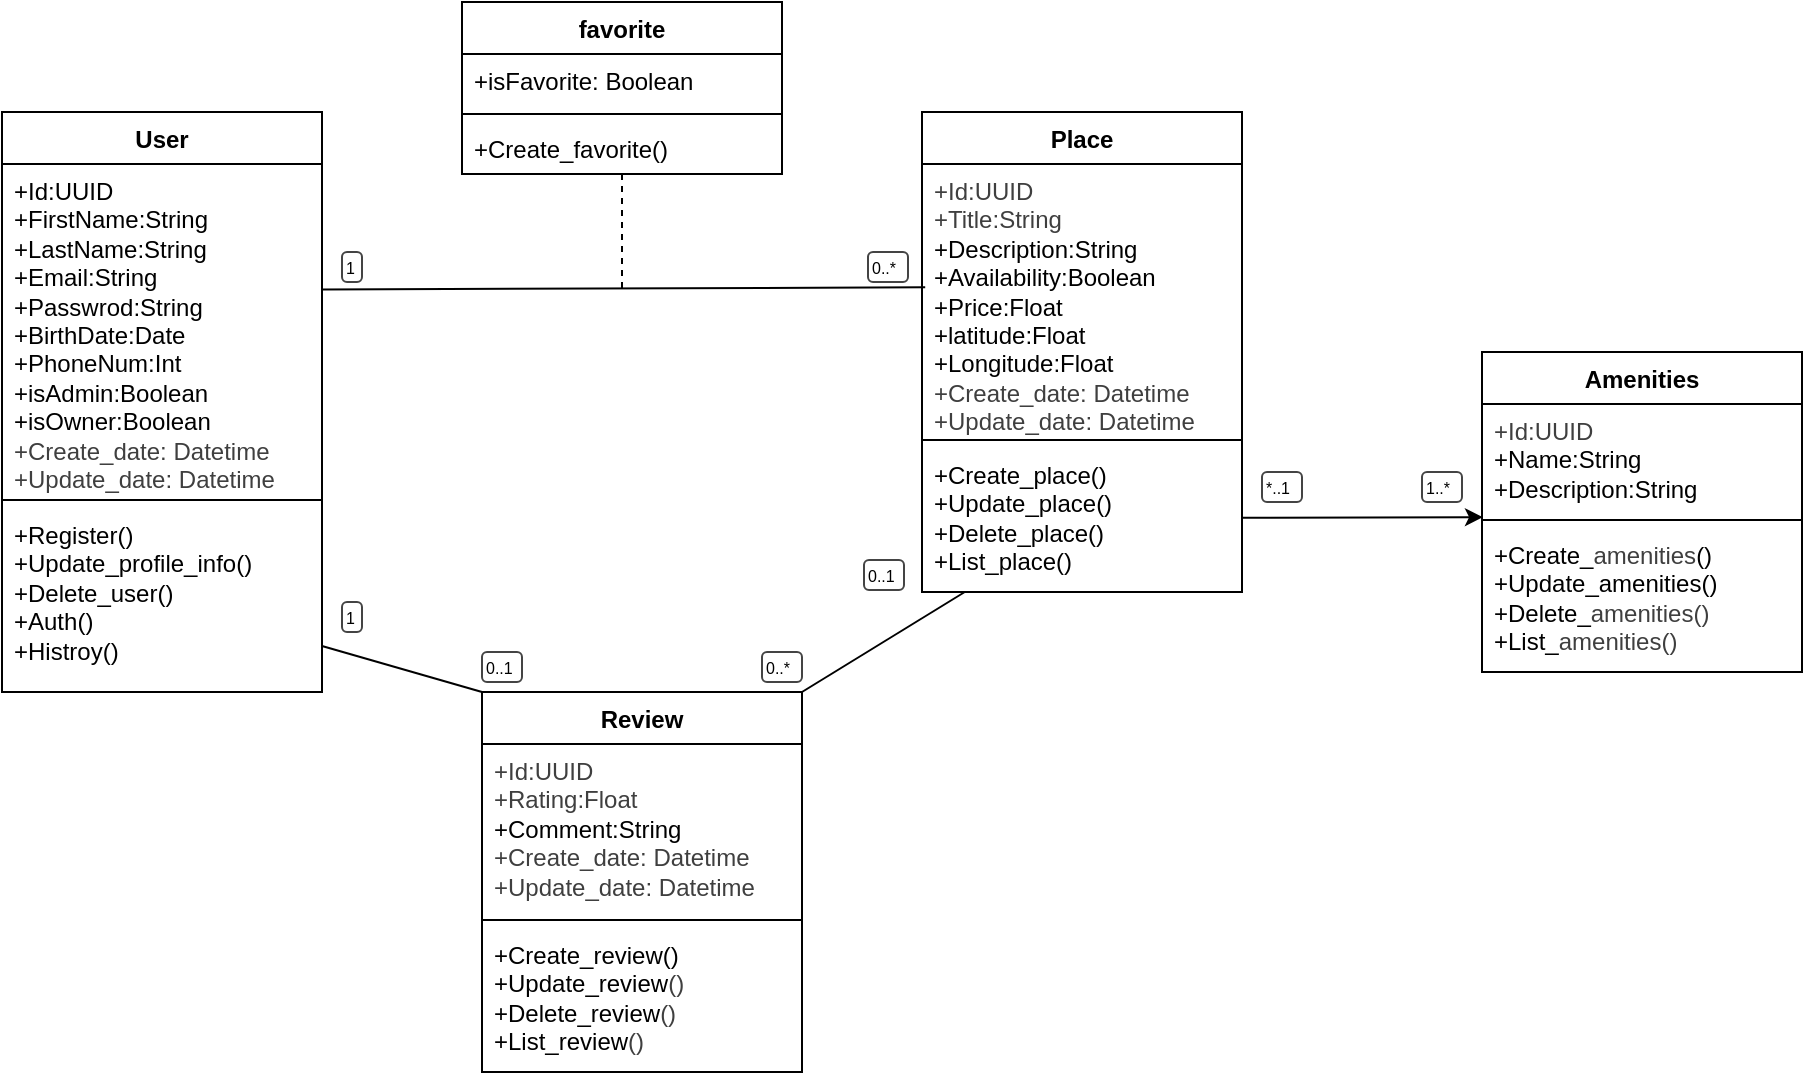
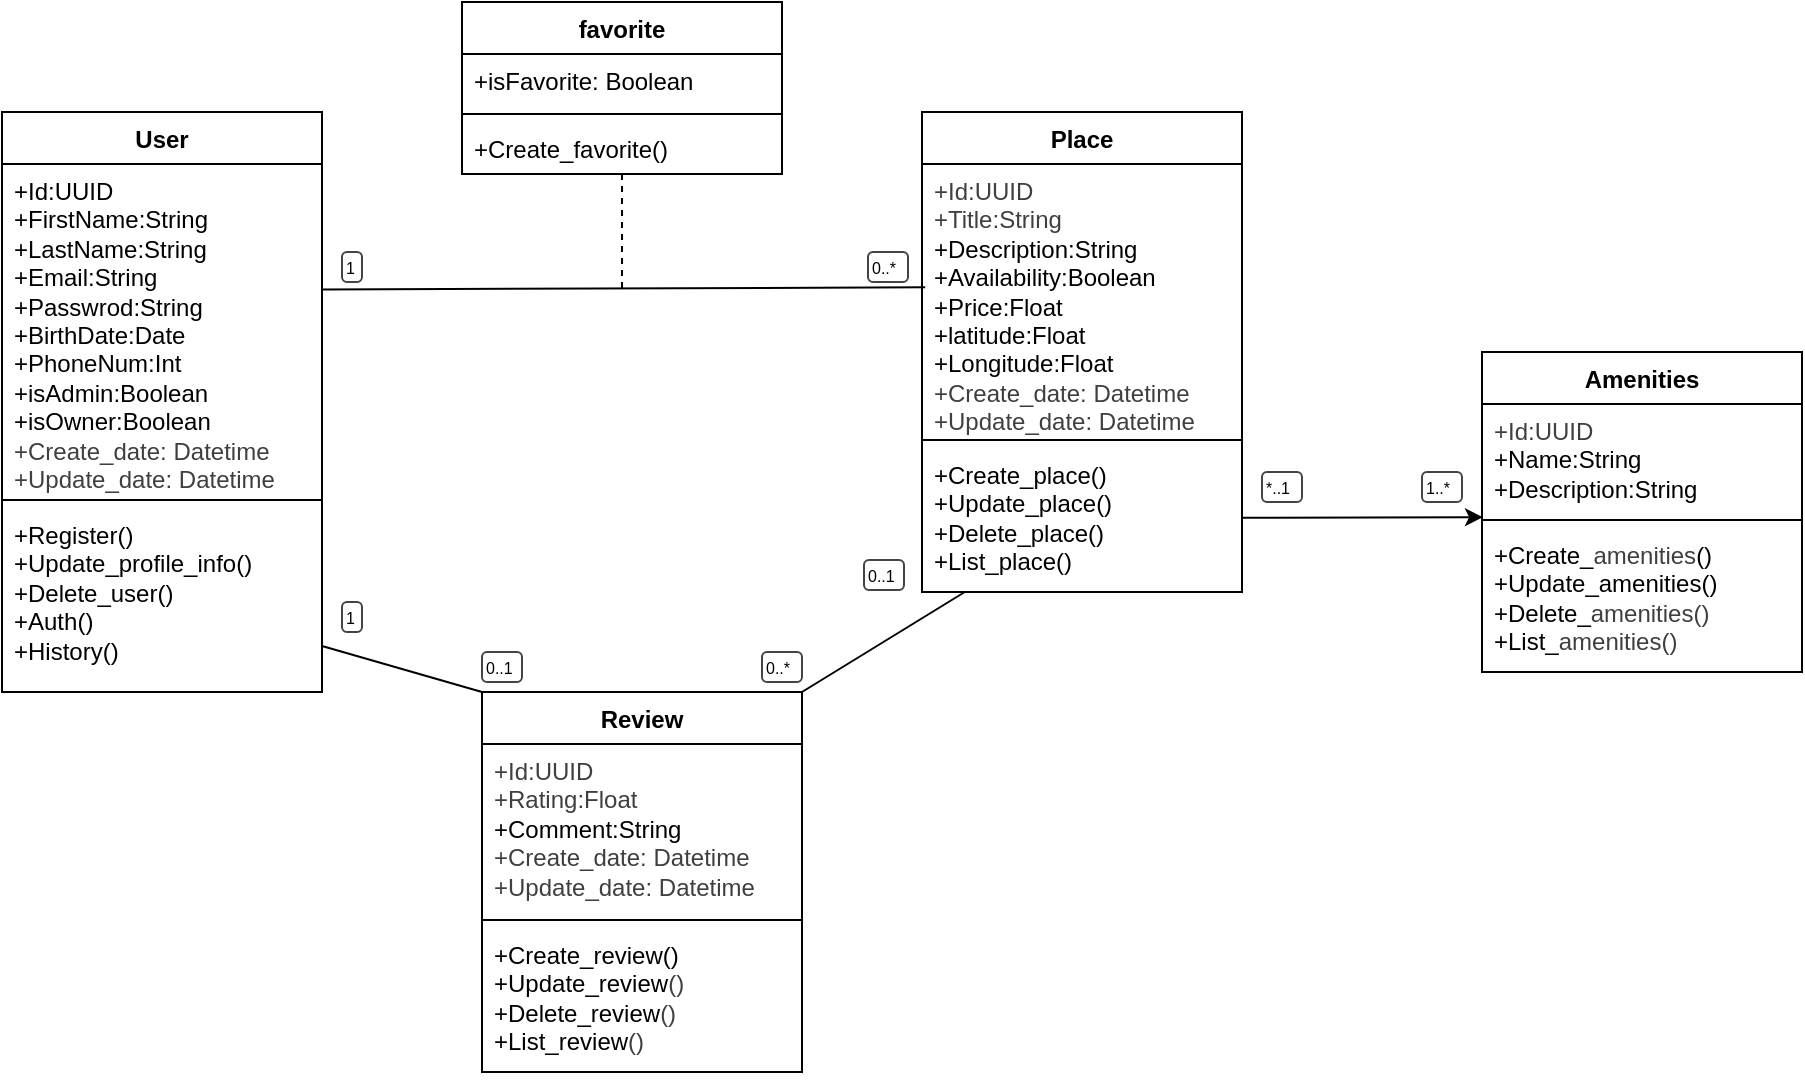
<mxfile host="65bd71144e">
    <diagram id="kGqgn09AhobOn8fxU5_M" name="Page-1">
-         <mxGraphModel dx="536" dy="375" grid="1" gridSize="10" guides="1" tooltips="1" connect="1" arrows="1" fold="1" page="1" pageScale="1" pageWidth="850" pageHeight="1100" background="#FFFFFF" math="0" shadow="0">
+         <mxGraphModel dx="1063" dy="751" grid="1" gridSize="10" guides="1" tooltips="1" connect="1" arrows="1" fold="1" page="1" pageScale="1" pageWidth="850" pageHeight="1100" background="#FFFFFF" math="0" shadow="0">
            <root>
                <mxCell id="0"/>
                <mxCell id="1" parent="0"/>
                <mxCell id="2" value="User" style="swimlane;fontStyle=1;align=center;verticalAlign=top;childLayout=stackLayout;horizontal=1;startSize=26;horizontalStack=0;resizeParent=1;resizeParentMax=0;resizeLast=0;collapsible=1;marginBottom=0;whiteSpace=wrap;html=1;" parent="1" vertex="1">
                    <mxGeometry x="425" y="338" width="160" height="290" as="geometry"/>
                </mxCell>
                <mxCell id="3" value="&lt;div&gt;+Id:UUID&lt;/div&gt;&lt;div&gt;&lt;span style=&quot;background-color: transparent;&quot;&gt;+FirstName:String&lt;/span&gt;&lt;/div&gt;&lt;div&gt;&lt;span style=&quot;color: rgb(0, 0, 0);&quot;&gt;+LastName:String&lt;/span&gt;&lt;/div&gt;&lt;div&gt;&lt;span style=&quot;color: rgb(0, 0, 0);&quot;&gt;+Email:String&lt;/span&gt;&lt;span style=&quot;color: rgb(0, 0, 0);&quot;&gt;&lt;/span&gt;&lt;/div&gt;&lt;div&gt;&lt;span style=&quot;color: rgb(0, 0, 0);&quot;&gt;+Passwrod:String&lt;/span&gt;&lt;/div&gt;&lt;div&gt;&lt;span style=&quot;color: rgb(0, 0, 0);&quot;&gt;+BirthDate:Date&lt;/span&gt;&lt;/div&gt;&lt;div&gt;&lt;span style=&quot;color: rgb(0, 0, 0);&quot;&gt;+PhoneNum:Int&lt;/span&gt;&lt;/div&gt;&lt;div&gt;&lt;font color=&quot;#000000&quot;&gt;+isAdmin:Boolean&lt;/font&gt;&lt;/div&gt;&lt;div&gt;&lt;font color=&quot;#000000&quot;&gt;+isOwner:Boolean&lt;/font&gt;&lt;/div&gt;&lt;div&gt;&lt;font color=&quot;#000000&quot;&gt;&lt;div style=&quot;scrollbar-color: rgb(226, 226, 226) rgb(251, 251, 251); color: rgb(63, 63, 63);&quot;&gt;&lt;font style=&quot;color: rgb(63, 63, 63); scrollbar-color: rgb(226, 226, 226) rgb(251, 251, 251);&quot;&gt;+Create_date: Datetime&lt;/font&gt;&lt;/div&gt;&lt;div style=&quot;scrollbar-color: rgb(226, 226, 226) rgb(251, 251, 251); color: rgb(63, 63, 63);&quot;&gt;&lt;font style=&quot;color: rgb(63, 63, 63); scrollbar-color: rgb(226, 226, 226) rgb(251, 251, 251);&quot;&gt;+Update_date: Datetime&lt;/font&gt;&lt;/div&gt;&lt;/font&gt;&lt;/div&gt;" style="text;strokeColor=none;fillColor=none;align=left;verticalAlign=top;spacingLeft=4;spacingRight=4;overflow=hidden;rotatable=0;points=[[0,0.5],[1,0.5]];portConstraint=eastwest;whiteSpace=wrap;html=1;" parent="2" vertex="1">
                    <mxGeometry y="26" width="160" height="164" as="geometry"/>
                </mxCell>
                <mxCell id="4" value="" style="line;strokeWidth=1;fillColor=none;align=left;verticalAlign=middle;spacingTop=-1;spacingLeft=3;spacingRight=3;rotatable=0;labelPosition=right;points=[];portConstraint=eastwest;strokeColor=inherit;" parent="2" vertex="1">
                    <mxGeometry y="190" width="160" height="8" as="geometry"/>
                </mxCell>
-                 <mxCell id="5" value="+Register()&lt;div&gt;&lt;div&gt;&lt;div&gt;+Update_profile_info()&lt;/div&gt;&lt;div&gt;+Delete_user()&lt;/div&gt;&lt;div&gt;+Auth()&lt;/div&gt;&lt;div&gt;+Histroy()&lt;/div&gt;&lt;/div&gt;&lt;/div&gt;" style="text;strokeColor=none;fillColor=none;align=left;verticalAlign=top;spacingLeft=4;spacingRight=4;overflow=hidden;rotatable=0;points=[[0,0.5],[1,0.5]];portConstraint=eastwest;whiteSpace=wrap;html=1;" parent="2" vertex="1">
+                 <mxCell id="5" value="+Register()&lt;div&gt;&lt;div&gt;&lt;div&gt;+Update_profile_info()&lt;/div&gt;&lt;div&gt;+Delete_user()&lt;/div&gt;&lt;div&gt;+Auth()&lt;/div&gt;&lt;div&gt;+History()&lt;/div&gt;&lt;/div&gt;&lt;/div&gt;" style="text;strokeColor=none;fillColor=none;align=left;verticalAlign=top;spacingLeft=4;spacingRight=4;overflow=hidden;rotatable=0;points=[[0,0.5],[1,0.5]];portConstraint=eastwest;whiteSpace=wrap;html=1;" parent="2" vertex="1">
                    <mxGeometry y="198" width="160" height="92" as="geometry"/>
                </mxCell>
                <mxCell id="6" value="Place" style="swimlane;fontStyle=1;align=center;verticalAlign=top;childLayout=stackLayout;horizontal=1;startSize=26;horizontalStack=0;resizeParent=1;resizeParentMax=0;resizeLast=0;collapsible=1;marginBottom=0;whiteSpace=wrap;html=1;" parent="1" vertex="1">
                    <mxGeometry x="885" y="338" width="160" height="240" as="geometry"/>
                </mxCell>
                <mxCell id="7" value="&lt;div&gt;&lt;div style=&quot;color: rgb(63, 63, 63); scrollbar-color: rgb(226, 226, 226) rgb(251, 251, 251);&quot;&gt;&lt;div style=&quot;color: rgb(63, 63, 63); scrollbar-color: rgb(226, 226, 226) rgb(251, 251, 251);&quot;&gt;+Id:UUID&lt;/div&gt;&lt;/div&gt;&lt;div style=&quot;color: rgb(63, 63, 63); scrollbar-color: rgb(226, 226, 226) rgb(251, 251, 251);&quot;&gt;&lt;span style=&quot;background-color: transparent;&quot;&gt;+Title:String&lt;/span&gt;&lt;/div&gt;&lt;/div&gt;&lt;div&gt;+Description:String&lt;/div&gt;&lt;div&gt;+Availability:Boolean&lt;/div&gt;&lt;div&gt;+Price:Float&lt;/div&gt;&lt;div&gt;+latitude:Float&lt;/div&gt;&lt;div&gt;+Longitude:Float&lt;/div&gt;&lt;div&gt;&lt;div style=&quot;scrollbar-color: rgb(226, 226, 226) rgb(251, 251, 251); color: rgb(63, 63, 63);&quot;&gt;&lt;font style=&quot;color: rgb(63, 63, 63); scrollbar-color: rgb(226, 226, 226) rgb(251, 251, 251);&quot;&gt;+Create_date: Datetime&lt;/font&gt;&lt;/div&gt;&lt;div style=&quot;scrollbar-color: rgb(226, 226, 226) rgb(251, 251, 251); color: rgb(63, 63, 63);&quot;&gt;&lt;font style=&quot;color: rgb(63, 63, 63); scrollbar-color: rgb(226, 226, 226) rgb(251, 251, 251);&quot;&gt;+Update_date: Datetime&lt;/font&gt;&lt;/div&gt;&lt;/div&gt;" style="text;strokeColor=none;fillColor=none;align=left;verticalAlign=top;spacingLeft=4;spacingRight=4;overflow=hidden;rotatable=0;points=[[0,0.5],[1,0.5]];portConstraint=eastwest;whiteSpace=wrap;html=1;" parent="6" vertex="1">
                    <mxGeometry y="26" width="160" height="134" as="geometry"/>
                </mxCell>
                <mxCell id="8" value="" style="line;strokeWidth=1;fillColor=none;align=left;verticalAlign=middle;spacingTop=-1;spacingLeft=3;spacingRight=3;rotatable=0;labelPosition=right;points=[];portConstraint=eastwest;strokeColor=inherit;" parent="6" vertex="1">
                    <mxGeometry y="160" width="160" height="8" as="geometry"/>
                </mxCell>
                <mxCell id="9" value="+Create_place()&lt;div&gt;+Update_place()&lt;/div&gt;&lt;div&gt;+Delete_place()&lt;/div&gt;&lt;div&gt;+List_place()&lt;/div&gt;" style="text;strokeColor=none;fillColor=none;align=left;verticalAlign=top;spacingLeft=4;spacingRight=4;overflow=hidden;rotatable=0;points=[[0,0.5],[1,0.5]];portConstraint=eastwest;whiteSpace=wrap;html=1;" parent="6" vertex="1">
                    <mxGeometry y="168" width="160" height="72" as="geometry"/>
                </mxCell>
                <mxCell id="10" value="Review" style="swimlane;fontStyle=1;align=center;verticalAlign=top;childLayout=stackLayout;horizontal=1;startSize=26;horizontalStack=0;resizeParent=1;resizeParentMax=0;resizeLast=0;collapsible=1;marginBottom=0;whiteSpace=wrap;html=1;" parent="1" vertex="1">
                    <mxGeometry x="665" y="628" width="160" height="190" as="geometry"/>
                </mxCell>
                <mxCell id="11" value="&lt;div style=&quot;color: rgb(63, 63, 63); scrollbar-color: rgb(226, 226, 226) rgb(251, 251, 251);&quot;&gt;+Id:UUID&lt;/div&gt;&lt;div style=&quot;color: rgb(63, 63, 63); scrollbar-color: rgb(226, 226, 226) rgb(251, 251, 251);&quot;&gt;&lt;span style=&quot;background-color: transparent;&quot;&gt;+Rating:Float&lt;/span&gt;&lt;/div&gt;&lt;div&gt;+Comment:String&lt;/div&gt;&lt;div&gt;&lt;div style=&quot;scrollbar-color: rgb(226, 226, 226) rgb(251, 251, 251); color: rgb(63, 63, 63);&quot;&gt;&lt;font style=&quot;color: rgb(63, 63, 63); scrollbar-color: rgb(226, 226, 226) rgb(251, 251, 251);&quot;&gt;+Create_date: Datetime&lt;/font&gt;&lt;/div&gt;&lt;div style=&quot;scrollbar-color: rgb(226, 226, 226) rgb(251, 251, 251); color: rgb(63, 63, 63);&quot;&gt;&lt;font style=&quot;color: rgb(63, 63, 63); scrollbar-color: rgb(226, 226, 226) rgb(251, 251, 251);&quot;&gt;+Update_date: Datetime&lt;/font&gt;&lt;/div&gt;&lt;/div&gt;" style="text;strokeColor=none;fillColor=none;align=left;verticalAlign=top;spacingLeft=4;spacingRight=4;overflow=hidden;rotatable=0;points=[[0,0.5],[1,0.5]];portConstraint=eastwest;whiteSpace=wrap;html=1;" parent="10" vertex="1">
                    <mxGeometry y="26" width="160" height="84" as="geometry"/>
                </mxCell>
                <mxCell id="12" value="" style="line;strokeWidth=1;fillColor=none;align=left;verticalAlign=middle;spacingTop=-1;spacingLeft=3;spacingRight=3;rotatable=0;labelPosition=right;points=[];portConstraint=eastwest;strokeColor=inherit;" parent="10" vertex="1">
                    <mxGeometry y="110" width="160" height="8" as="geometry"/>
                </mxCell>
                <mxCell id="13" value="+Create_review()&lt;div&gt;+Update_&lt;span style=&quot;color: rgb(0, 0, 0); background-color: transparent;&quot;&gt;review&lt;/span&gt;&lt;span style=&quot;color: rgb(63, 63, 63); background-color: transparent;&quot;&gt;()&lt;/span&gt;&lt;/div&gt;&lt;div&gt;+Delete_&lt;span style=&quot;color: rgb(0, 0, 0); background-color: transparent;&quot;&gt;review&lt;/span&gt;&lt;span style=&quot;color: rgb(63, 63, 63); background-color: transparent;&quot;&gt;()&lt;/span&gt;&lt;/div&gt;&lt;div&gt;+List_&lt;span style=&quot;color: rgb(0, 0, 0); background-color: transparent;&quot;&gt;review&lt;/span&gt;&lt;span style=&quot;color: rgb(63, 63, 63); background-color: transparent;&quot;&gt;()&lt;/span&gt;&lt;/div&gt;" style="text;strokeColor=none;fillColor=none;align=left;verticalAlign=top;spacingLeft=4;spacingRight=4;overflow=hidden;rotatable=0;points=[[0,0.5],[1,0.5]];portConstraint=eastwest;whiteSpace=wrap;html=1;" parent="10" vertex="1">
                    <mxGeometry y="118" width="160" height="72" as="geometry"/>
                </mxCell>
                <mxCell id="15" value="Amenities&lt;div&gt;&lt;br&gt;&lt;/div&gt;" style="swimlane;fontStyle=1;align=center;verticalAlign=top;childLayout=stackLayout;horizontal=1;startSize=26;horizontalStack=0;resizeParent=1;resizeParentMax=0;resizeLast=0;collapsible=1;marginBottom=0;whiteSpace=wrap;html=1;" parent="1" vertex="1">
                    <mxGeometry x="1165" y="458" width="160" height="160" as="geometry"/>
                </mxCell>
                <mxCell id="16" value="&lt;div style=&quot;color: rgb(63, 63, 63); scrollbar-color: rgb(226, 226, 226) rgb(251, 251, 251);&quot;&gt;+Id:UUID&lt;/div&gt;&lt;div&gt;&lt;span style=&quot;background-color: transparent;&quot;&gt;+Name:String&lt;/span&gt;&lt;/div&gt;&lt;div&gt;+Description:String&lt;/div&gt;" style="text;strokeColor=none;fillColor=none;align=left;verticalAlign=top;spacingLeft=4;spacingRight=4;overflow=hidden;rotatable=0;points=[[0,0.5],[1,0.5]];portConstraint=eastwest;whiteSpace=wrap;html=1;" parent="15" vertex="1">
                    <mxGeometry y="26" width="160" height="54" as="geometry"/>
                </mxCell>
                <mxCell id="17" value="" style="line;strokeWidth=1;fillColor=none;align=left;verticalAlign=middle;spacingTop=-1;spacingLeft=3;spacingRight=3;rotatable=0;labelPosition=right;points=[];portConstraint=eastwest;strokeColor=inherit;" parent="15" vertex="1">
                    <mxGeometry y="80" width="160" height="8" as="geometry"/>
                </mxCell>
                <mxCell id="18" value="+Create_&lt;span style=&quot;color: rgb(63, 63, 63);&quot;&gt;amenities&lt;/span&gt;()&lt;div&gt;+Update_amenities()&lt;/div&gt;&lt;div&gt;+Delete_&lt;span style=&quot;color: rgb(63, 63, 63); background-color: transparent;&quot;&gt;amenities&lt;/span&gt;&lt;span style=&quot;color: rgb(63, 63, 63); background-color: transparent;&quot;&gt;()&lt;/span&gt;&lt;/div&gt;&lt;div&gt;+List_&lt;span style=&quot;color: rgb(63, 63, 63); background-color: transparent;&quot;&gt;amenities&lt;/span&gt;&lt;span style=&quot;color: rgb(63, 63, 63); background-color: transparent;&quot;&gt;()&lt;/span&gt;&lt;/div&gt;" style="text;strokeColor=none;fillColor=none;align=left;verticalAlign=top;spacingLeft=4;spacingRight=4;overflow=hidden;rotatable=0;points=[[0,0.5],[1,0.5]];portConstraint=eastwest;whiteSpace=wrap;html=1;" parent="15" vertex="1">
                    <mxGeometry y="88" width="160" height="72" as="geometry"/>
                </mxCell>
                <mxCell id="39" style="edgeStyle=none;html=1;entryX=0.003;entryY=0.32;entryDx=0;entryDy=0;entryPerimeter=0;" parent="1" target="17" edge="1">
                    <mxGeometry relative="1" as="geometry">
                        <mxPoint x="1045.0000000000002" y="540.8571428571429" as="sourcePoint"/>
                        <mxPoint x="1165" y="539" as="targetPoint"/>
                    </mxGeometry>
                </mxCell>
-                 <mxCell id="41" style="edgeStyle=none;html=1;endArrow=none;endFill=0;entryX=0;entryY=0;entryDx=0;entryDy=0;" parent="1" source="5" edge="1" target="10">
+                 <mxCell id="41" style="edgeStyle=none;html=1;endArrow=none;endFill=0;entryX=0;entryY=0;entryDx=0;entryDy=0;" parent="1" source="5" target="10" edge="1">
                    <mxGeometry relative="1" as="geometry">
                        <mxPoint x="685" y="618" as="targetPoint"/>
                    </mxGeometry>
                </mxCell>
                <mxCell id="42" style="edgeStyle=none;html=1;entryX=0.01;entryY=0.576;entryDx=0;entryDy=0;entryPerimeter=0;endArrow=none;endFill=0;" parent="1" edge="1">
                    <mxGeometry relative="1" as="geometry">
                        <mxPoint x="585" y="426.7199161425576" as="sourcePoint"/>
                        <mxPoint x="886.6" y="425.664" as="targetPoint"/>
                    </mxGeometry>
                </mxCell>
                <mxCell id="58" style="edgeStyle=none;html=1;dashed=1;endArrow=none;endFill=0;" parent="1" edge="1">
                    <mxGeometry relative="1" as="geometry">
                        <mxPoint x="735" y="428" as="targetPoint"/>
                        <mxPoint x="735" y="369" as="sourcePoint"/>
                    </mxGeometry>
                </mxCell>
                <mxCell id="64" value="favorite" style="swimlane;fontStyle=1;align=center;verticalAlign=top;childLayout=stackLayout;horizontal=1;startSize=26;horizontalStack=0;resizeParent=1;resizeParentMax=0;resizeLast=0;collapsible=1;marginBottom=0;whiteSpace=wrap;html=1;" parent="1" vertex="1">
                    <mxGeometry x="655" y="283" width="160" height="86" as="geometry"/>
                </mxCell>
                <mxCell id="65" value="+isFavorite: Boolean" style="text;strokeColor=none;fillColor=none;align=left;verticalAlign=top;spacingLeft=4;spacingRight=4;overflow=hidden;rotatable=0;points=[[0,0.5],[1,0.5]];portConstraint=eastwest;whiteSpace=wrap;html=1;" parent="64" vertex="1">
                    <mxGeometry y="26" width="160" height="26" as="geometry"/>
                </mxCell>
                <mxCell id="66" value="" style="line;strokeWidth=1;fillColor=none;align=left;verticalAlign=middle;spacingTop=-1;spacingLeft=3;spacingRight=3;rotatable=0;labelPosition=right;points=[];portConstraint=eastwest;strokeColor=inherit;" parent="64" vertex="1">
                    <mxGeometry y="52" width="160" height="8" as="geometry"/>
                </mxCell>
                <mxCell id="67" value="+Create_favorite()" style="text;strokeColor=none;fillColor=none;align=left;verticalAlign=top;spacingLeft=4;spacingRight=4;overflow=hidden;rotatable=0;points=[[0,0.5],[1,0.5]];portConstraint=eastwest;whiteSpace=wrap;html=1;" parent="64" vertex="1">
                    <mxGeometry y="60" width="160" height="26" as="geometry"/>
                </mxCell>
-                 <mxCell id="75" value="0..*" style="strokeWidth=1;html=1;shadow=0;dashed=0;shape=mxgraph.ios.iTextInput;strokeColor=#444444;buttonText=;fontSize=8;whiteSpace=wrap;align=left;" vertex="1" parent="1">
+                 <mxCell id="75" value="0..*" style="strokeWidth=1;html=1;shadow=0;dashed=0;shape=mxgraph.ios.iTextInput;strokeColor=#444444;buttonText=;fontSize=8;whiteSpace=wrap;align=left;" parent="1" vertex="1">
                    <mxGeometry x="858" y="408" width="20" height="15" as="geometry"/>
                </mxCell>
-                 <mxCell id="76" value="1" style="strokeWidth=1;html=1;shadow=0;dashed=0;shape=mxgraph.ios.iTextInput;strokeColor=#444444;buttonText=;fontSize=8;whiteSpace=wrap;align=left;" vertex="1" parent="1">
+                 <mxCell id="76" value="1" style="strokeWidth=1;html=1;shadow=0;dashed=0;shape=mxgraph.ios.iTextInput;strokeColor=#444444;buttonText=;fontSize=8;whiteSpace=wrap;align=left;" parent="1" vertex="1">
                    <mxGeometry x="595" y="408" width="10" height="15" as="geometry"/>
                </mxCell>
-                 <mxCell id="77" value="1..*" style="strokeWidth=1;html=1;shadow=0;dashed=0;shape=mxgraph.ios.iTextInput;strokeColor=#444444;buttonText=;fontSize=8;whiteSpace=wrap;align=left;" vertex="1" parent="1">
+                 <mxCell id="77" value="1..*" style="strokeWidth=1;html=1;shadow=0;dashed=0;shape=mxgraph.ios.iTextInput;strokeColor=#444444;buttonText=;fontSize=8;whiteSpace=wrap;align=left;" parent="1" vertex="1">
                    <mxGeometry x="1135" y="518" width="20" height="15" as="geometry"/>
                </mxCell>
-                 <mxCell id="78" value="*..1" style="strokeWidth=1;html=1;shadow=0;dashed=0;shape=mxgraph.ios.iTextInput;strokeColor=#444444;buttonText=;fontSize=8;whiteSpace=wrap;align=left;" vertex="1" parent="1">
+                 <mxCell id="78" value="*..1" style="strokeWidth=1;html=1;shadow=0;dashed=0;shape=mxgraph.ios.iTextInput;strokeColor=#444444;buttonText=;fontSize=8;whiteSpace=wrap;align=left;" parent="1" vertex="1">
                    <mxGeometry x="1055" y="518" width="20" height="15" as="geometry"/>
                </mxCell>
-                 <mxCell id="79" value="0..*" style="strokeWidth=1;html=1;shadow=0;dashed=0;shape=mxgraph.ios.iTextInput;strokeColor=#444444;buttonText=;fontSize=8;whiteSpace=wrap;align=left;" vertex="1" parent="1">
+                 <mxCell id="79" value="0..*" style="strokeWidth=1;html=1;shadow=0;dashed=0;shape=mxgraph.ios.iTextInput;strokeColor=#444444;buttonText=;fontSize=8;whiteSpace=wrap;align=left;" parent="1" vertex="1">
                    <mxGeometry x="805" y="608" width="20" height="15" as="geometry"/>
                </mxCell>
-                 <mxCell id="80" value="0..1" style="strokeWidth=1;html=1;shadow=0;dashed=0;shape=mxgraph.ios.iTextInput;strokeColor=#444444;buttonText=;fontSize=8;whiteSpace=wrap;align=left;" vertex="1" parent="1">
+                 <mxCell id="80" value="0..1" style="strokeWidth=1;html=1;shadow=0;dashed=0;shape=mxgraph.ios.iTextInput;strokeColor=#444444;buttonText=;fontSize=8;whiteSpace=wrap;align=left;" parent="1" vertex="1">
                    <mxGeometry x="856" y="562" width="20" height="15" as="geometry"/>
                </mxCell>
-                 <mxCell id="81" value="0..1&lt;span style=&quot;font-family: monospace; font-size: 0px; white-space: nowrap;&quot;&gt;%3CmxGraphModel%3E%3Croot%3E%3CmxCell%20id%3D%220%22%2F%3E%3CmxCell%20id%3D%221%22%20parent%3D%220%22%2F%3E%3CmxCell%20id%3D%222%22%20value%3D%221..*%22%20style%3D%22strokeWidth%3D1%3Bhtml%3D1%3Bshadow%3D0%3Bdashed%3D0%3Bshape%3Dmxgraph.ios.iTextInput%3BstrokeColor%3D%23444444%3BbuttonText%3D%3BfontSize%3D8%3BwhiteSpace%3Dwrap%3Balign%3Dleft%3B%22%20vertex%3D%221%22%20parent%3D%221%22%3E%3CmxGeometry%20x%3D%22760%22%20y%3D%22440%22%20width%3D%2220%22%20height%3D%2215%22%20as%3D%22geometry%22%2F%3E%3C%2FmxCell%3E%3C%2Froot%3E%3C%2FmxGraphModel%3E&lt;/span&gt;" style="strokeWidth=1;html=1;shadow=0;dashed=0;shape=mxgraph.ios.iTextInput;strokeColor=#444444;buttonText=;fontSize=8;whiteSpace=wrap;align=left;" vertex="1" parent="1">
+                 <mxCell id="81" value="0..1&lt;span style=&quot;font-family: monospace; font-size: 0px; white-space: nowrap;&quot;&gt;%3CmxGraphModel%3E%3Croot%3E%3CmxCell%20id%3D%220%22%2F%3E%3CmxCell%20id%3D%221%22%20parent%3D%220%22%2F%3E%3CmxCell%20id%3D%222%22%20value%3D%221..*%22%20style%3D%22strokeWidth%3D1%3Bhtml%3D1%3Bshadow%3D0%3Bdashed%3D0%3Bshape%3Dmxgraph.ios.iTextInput%3BstrokeColor%3D%23444444%3BbuttonText%3D%3BfontSize%3D8%3BwhiteSpace%3Dwrap%3Balign%3Dleft%3B%22%20vertex%3D%221%22%20parent%3D%221%22%3E%3CmxGeometry%20x%3D%22760%22%20y%3D%22440%22%20width%3D%2220%22%20height%3D%2215%22%20as%3D%22geometry%22%2F%3E%3C%2FmxCell%3E%3C%2Froot%3E%3C%2FmxGraphModel%3E&lt;/span&gt;" style="strokeWidth=1;html=1;shadow=0;dashed=0;shape=mxgraph.ios.iTextInput;strokeColor=#444444;buttonText=;fontSize=8;whiteSpace=wrap;align=left;" parent="1" vertex="1">
                    <mxGeometry x="665" y="608" width="20" height="15" as="geometry"/>
                </mxCell>
-                 <mxCell id="84" value="1" style="strokeWidth=1;html=1;shadow=0;dashed=0;shape=mxgraph.ios.iTextInput;strokeColor=#444444;buttonText=;fontSize=8;whiteSpace=wrap;align=left;" vertex="1" parent="1">
+                 <mxCell id="84" value="1" style="strokeWidth=1;html=1;shadow=0;dashed=0;shape=mxgraph.ios.iTextInput;strokeColor=#444444;buttonText=;fontSize=8;whiteSpace=wrap;align=left;" parent="1" vertex="1">
                    <mxGeometry x="595" y="583" width="10" height="15" as="geometry"/>
                </mxCell>
-                 <mxCell id="86" style="edgeStyle=none;html=1;endArrow=none;endFill=0;entryX=1;entryY=0;entryDx=0;entryDy=0;" edge="1" parent="1" source="9" target="10">
+                 <mxCell id="86" style="edgeStyle=none;html=1;endArrow=none;endFill=0;entryX=1;entryY=0;entryDx=0;entryDy=0;" parent="1" source="9" target="10" edge="1">
                    <mxGeometry relative="1" as="geometry">
                        <mxPoint x="788" y="618" as="targetPoint"/>
                    </mxGeometry>
                </mxCell>
            </root>
        </mxGraphModel>
    </diagram>
</mxfile>